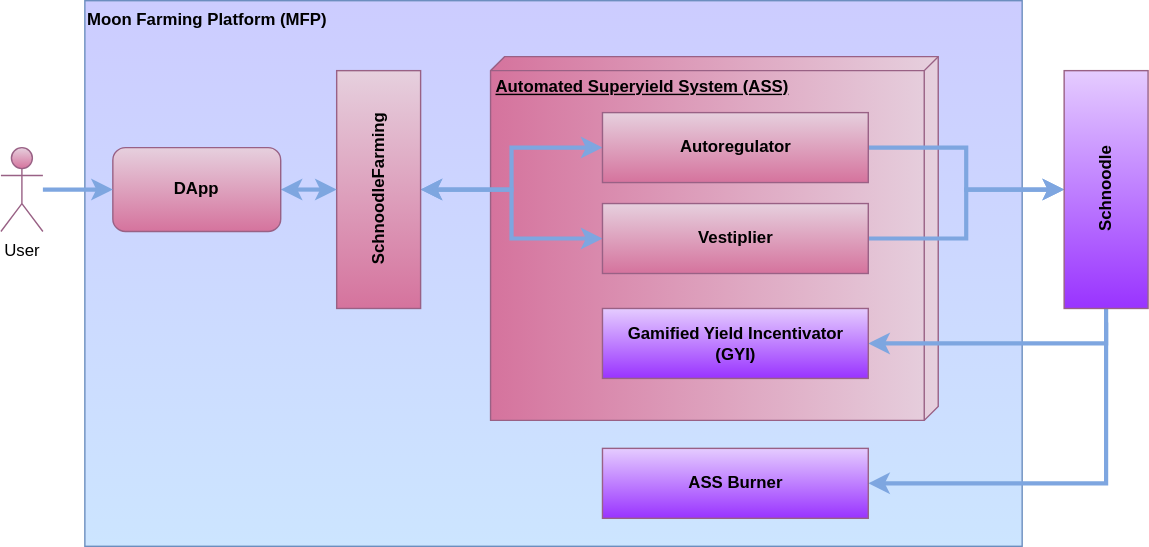
Above: docs/.gitbook/assets/mfp-components.svg in schnoodledao/contracts (draw.io), before the change. Source tidied: cells renumbered, new cells last; positions are measured from the earlier drawing's top-left corner, leaving out a move shared by most shapes. The source it was exported from:
```xml
<mxGraphModel>
  <root>
    <mxCell id="0" />
    <mxCell id="1" parent="0" />
    <mxCell id="2" value="&lt;b&gt;Moon Farming Platform (MFP)&lt;/b&gt;" style="rounded=0;whiteSpace=wrap;html=1;strokeColor=#6c8ebf;fillColor=#CCCCFF;verticalAlign=top;align=left;gradientColor=#CCE5FF;" parent="1" vertex="1">
      <mxGeometry x="60" width="670" height="390" as="geometry" />
    </mxCell>
    <mxCell id="3" value="&lt;b&gt;Automated Superyield System (ASS)&lt;/b&gt;" style="verticalAlign=top;align=left;spacingTop=8;spacingLeft=2;spacingRight=12;shape=cube;size=10;direction=south;fontStyle=4;html=1;strokeColor=#996185;fillColor=#e6d0de;gradientColor=#d5739d;" parent="1" vertex="1">
      <mxGeometry x="350" y="40" width="320" height="260" as="geometry" />
    </mxCell>
    <mxCell id="4" style="edgeStyle=orthogonalEdgeStyle;rounded=0;jettySize=auto;html=1;startArrow=classic;startFill=1;strokeWidth=3;strokeColor=#7EA6E0;" parent="1" edge="1" source="6" target="10">
      <mxGeometry relative="1" as="geometry" />
    </mxCell>
    <mxCell id="5" style="edgeStyle=orthogonalEdgeStyle;rounded=0;jettySize=auto;html=1;entryX=0;entryY=0.5;entryDx=0;entryDy=0;startArrow=classic;startFill=1;strokeWidth=3;strokeColor=#7EA6E0;" parent="1" edge="1" source="6" target="8">
      <mxGeometry relative="1" as="geometry" />
    </mxCell>
    <mxCell id="6" value="&lt;b&gt;SchnoodleFarming&lt;br&gt;&lt;/b&gt;" style="html=1;fillColor=#e6d0de;strokeColor=#996185;gradientColor=#d5739d;horizontal=0;" parent="1" vertex="1">
      <mxGeometry x="240" y="50" width="60" height="170" as="geometry" />
    </mxCell>
    <mxCell id="7" style="edgeStyle=orthogonalEdgeStyle;rounded=0;jettySize=auto;html=1;entryX=0;entryY=0.5;entryDx=0;entryDy=0;strokeWidth=3;strokeColor=#7EA6E0;" parent="1" edge="1" source="8" target="15">
      <mxGeometry relative="1" as="geometry" />
    </mxCell>
    <mxCell id="8" value="&lt;b&gt;Vestiplier&lt;/b&gt;" style="html=1;fillColor=#e6d0de;strokeColor=#996185;gradientColor=#d5739d;" parent="1" vertex="1">
      <mxGeometry x="430" y="145" width="190" height="50" as="geometry" />
    </mxCell>
    <mxCell id="9" style="edgeStyle=orthogonalEdgeStyle;rounded=0;jettySize=auto;html=1;strokeWidth=3;strokeColor=#7EA6E0;" parent="1" edge="1" source="10" target="15">
      <mxGeometry relative="1" as="geometry" />
    </mxCell>
    <mxCell id="10" value="&lt;b&gt;Autoregulator&lt;/b&gt;" style="html=1;fillColor=#e6d0de;strokeColor=#996185;gradientColor=#d5739d;" parent="1" vertex="1">
      <mxGeometry x="430" y="80" width="190" height="50" as="geometry" />
    </mxCell>
    <mxCell id="11" style="edgeStyle=orthogonalEdgeStyle;rounded=0;jettySize=auto;html=1;entryX=0.5;entryY=1;entryDx=0;entryDy=0;startArrow=classic;startFill=1;endArrow=none;endFill=0;strokeWidth=3;strokeColor=#7EA6E0;" parent="1" edge="1" source="12" target="15">
      <mxGeometry relative="1" as="geometry" />
    </mxCell>
    <mxCell id="12" value="&lt;b&gt;Gamified Yield Incentivator&lt;br&gt;(GYI)&lt;br&gt;&lt;/b&gt;" style="html=1;fillColor=#E5CCFF;strokeColor=#996185;gradientColor=#9933FF;" parent="1" vertex="1">
      <mxGeometry x="430" y="220" width="190" height="50" as="geometry" />
    </mxCell>
    <mxCell id="13" style="edgeStyle=orthogonalEdgeStyle;rounded=0;jettySize=auto;html=1;startArrow=classic;startFill=1;endArrow=none;endFill=0;strokeWidth=3;strokeColor=#7EA6E0;" parent="1" edge="1" source="14">
      <mxGeometry relative="1" as="geometry">
        <mxPoint x="790" y="230" as="targetPoint" />
      </mxGeometry>
    </mxCell>
    <mxCell id="14" value="&lt;b&gt;ASS Burner&lt;br&gt;&lt;/b&gt;" style="html=1;fillColor=#E5CCFF;strokeColor=#996185;gradientColor=#9933FF;" parent="1" vertex="1">
      <mxGeometry x="430" y="320" width="190" height="50" as="geometry" />
    </mxCell>
    <mxCell id="15" value="&lt;b&gt;Schnoodle&lt;/b&gt;" style="html=1;fillColor=#E5CCFF;strokeColor=#996185;horizontal=0;gradientColor=#9933FF;" parent="1" vertex="1">
      <mxGeometry x="760" y="50" width="60" height="170" as="geometry" />
    </mxCell>
    <mxCell id="16" style="edgeStyle=orthogonalEdgeStyle;rounded=0;jettySize=auto;html=1;entryX=0;entryY=0.5;entryDx=0;entryDy=0;startArrow=classic;startFill=1;strokeWidth=3;strokeColor=#7EA6E0;" parent="1" edge="1" source="17" target="6">
      <mxGeometry relative="1" as="geometry" />
    </mxCell>
    <mxCell id="17" value="DApp" style="rounded=1;whiteSpace=wrap;html=1;strokeColor=#996185;fillColor=#e6d0de;gradientColor=#d5739d;fontStyle=1;" parent="1" vertex="1">
      <mxGeometry x="80" y="105" width="120" height="60" as="geometry" />
    </mxCell>
    <mxCell id="18" style="edgeStyle=orthogonalEdgeStyle;rounded=0;jettySize=auto;html=1;strokeWidth=3;strokeColor=#7EA6E0;" parent="1" edge="1" source="19" target="17">
      <mxGeometry relative="1" as="geometry" />
    </mxCell>
    <mxCell id="19" value="User" style="shape=umlActor;verticalLabelPosition=bottom;verticalAlign=top;html=1;outlineConnect=0;strokeColor=#996185;fillColor=#e6d0de;gradientColor=#d5739d;" parent="1" vertex="1">
      <mxGeometry y="105" width="30" height="60" as="geometry" />
    </mxCell>
  </root>
</mxGraphModel>
```
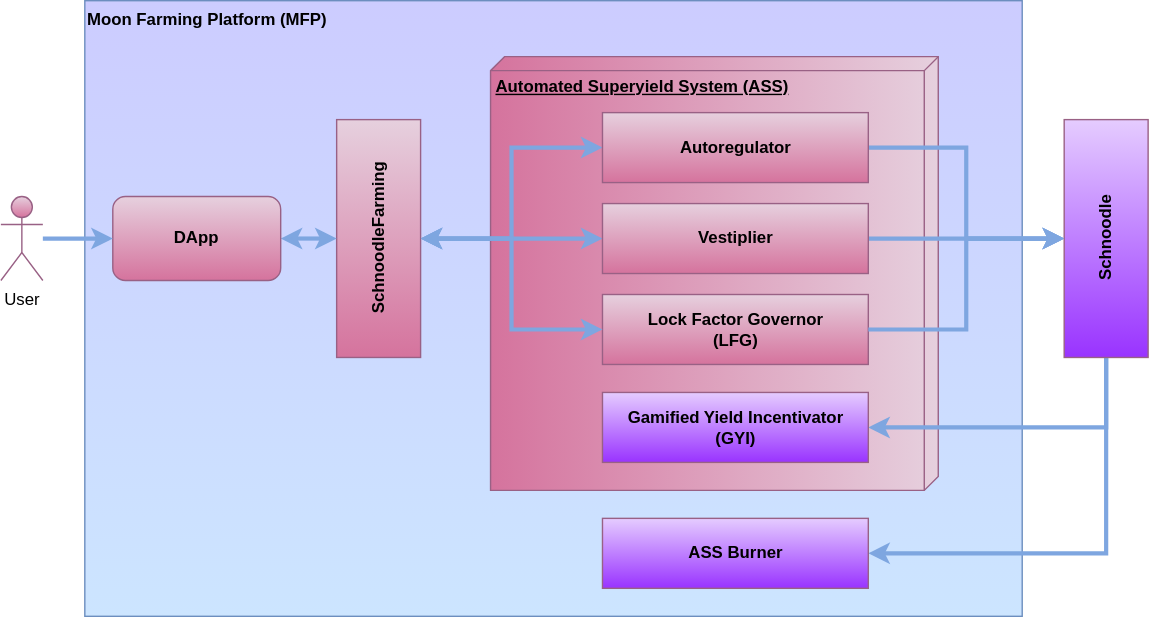
After the change.

The edit, as a diff of the source:
```diff
@@ -3,60 +3,69 @@
     <mxCell id="0" />
     <mxCell id="1" parent="0" />
     <mxCell id="2" value="&lt;b&gt;Moon Farming Platform (MFP)&lt;/b&gt;" style="rounded=0;whiteSpace=wrap;html=1;strokeColor=#6c8ebf;fillColor=#CCCCFF;verticalAlign=top;align=left;gradientColor=#CCE5FF;" parent="1" vertex="1">
-      <mxGeometry x="60" width="670" height="390" as="geometry" />
+      <mxGeometry x="10" width="670" height="440" as="geometry" />
     </mxCell>
     <mxCell id="3" value="&lt;b&gt;Automated Superyield System (ASS)&lt;/b&gt;" style="verticalAlign=top;align=left;spacingTop=8;spacingLeft=2;spacingRight=12;shape=cube;size=10;direction=south;fontStyle=4;html=1;strokeColor=#996185;fillColor=#e6d0de;gradientColor=#d5739d;" parent="1" vertex="1">
-      <mxGeometry x="350" y="40" width="320" height="260" as="geometry" />
+      <mxGeometry x="300" y="40" width="320" height="310" as="geometry" />
     </mxCell>
     <mxCell id="4" style="edgeStyle=orthogonalEdgeStyle;rounded=0;jettySize=auto;html=1;startArrow=classic;startFill=1;strokeWidth=3;strokeColor=#7EA6E0;" parent="1" edge="1" source="6" target="10">
       <mxGeometry relative="1" as="geometry" />
     </mxCell>
-    <mxCell id="5" style="edgeStyle=orthogonalEdgeStyle;rounded=0;jettySize=auto;html=1;entryX=0;entryY=0.5;entryDx=0;entryDy=0;startArrow=classic;startFill=1;strokeWidth=3;strokeColor=#7EA6E0;" parent="1" edge="1" source="6" target="8">
+    <mxCell id="5" style="edgeStyle=orthogonalEdgeStyle;rounded=0;jettySize=auto;html=1;entryX=0;entryY=0.5;entryDx=0;entryDy=0;startArrow=classic;startFill=1;strokeWidth=3;strokeColor=#7EA6E0;exitX=1;exitY=0.5;exitDx=0;exitDy=0;" parent="1" edge="1" source="6" target="8">
       <mxGeometry relative="1" as="geometry" />
     </mxCell>
     <mxCell id="6" value="&lt;b&gt;SchnoodleFarming&lt;br&gt;&lt;/b&gt;" style="html=1;fillColor=#e6d0de;strokeColor=#996185;gradientColor=#d5739d;horizontal=0;" parent="1" vertex="1">
-      <mxGeometry x="240" y="50" width="60" height="170" as="geometry" />
+      <mxGeometry x="190" y="85" width="60" height="170" as="geometry" />
     </mxCell>
     <mxCell id="7" style="edgeStyle=orthogonalEdgeStyle;rounded=0;jettySize=auto;html=1;entryX=0;entryY=0.5;entryDx=0;entryDy=0;strokeWidth=3;strokeColor=#7EA6E0;" parent="1" edge="1" source="8" target="15">
       <mxGeometry relative="1" as="geometry" />
     </mxCell>
     <mxCell id="8" value="&lt;b&gt;Vestiplier&lt;/b&gt;" style="html=1;fillColor=#e6d0de;strokeColor=#996185;gradientColor=#d5739d;" parent="1" vertex="1">
-      <mxGeometry x="430" y="145" width="190" height="50" as="geometry" />
+      <mxGeometry x="380" y="145" width="190" height="50" as="geometry" />
     </mxCell>
     <mxCell id="9" style="edgeStyle=orthogonalEdgeStyle;rounded=0;jettySize=auto;html=1;strokeWidth=3;strokeColor=#7EA6E0;" parent="1" edge="1" source="10" target="15">
       <mxGeometry relative="1" as="geometry" />
     </mxCell>
     <mxCell id="10" value="&lt;b&gt;Autoregulator&lt;/b&gt;" style="html=1;fillColor=#e6d0de;strokeColor=#996185;gradientColor=#d5739d;" parent="1" vertex="1">
-      <mxGeometry x="430" y="80" width="190" height="50" as="geometry" />
+      <mxGeometry x="380" y="80" width="190" height="50" as="geometry" />
     </mxCell>
     <mxCell id="11" style="edgeStyle=orthogonalEdgeStyle;rounded=0;jettySize=auto;html=1;entryX=0.5;entryY=1;entryDx=0;entryDy=0;startArrow=classic;startFill=1;endArrow=none;endFill=0;strokeWidth=3;strokeColor=#7EA6E0;" parent="1" edge="1" source="12" target="15">
       <mxGeometry relative="1" as="geometry" />
     </mxCell>
     <mxCell id="12" value="&lt;b&gt;Gamified Yield Incentivator&lt;br&gt;(GYI)&lt;br&gt;&lt;/b&gt;" style="html=1;fillColor=#E5CCFF;strokeColor=#996185;gradientColor=#9933FF;" parent="1" vertex="1">
-      <mxGeometry x="430" y="220" width="190" height="50" as="geometry" />
+      <mxGeometry x="380" y="280" width="190" height="50" as="geometry" />
     </mxCell>
     <mxCell id="13" style="edgeStyle=orthogonalEdgeStyle;rounded=0;jettySize=auto;html=1;startArrow=classic;startFill=1;endArrow=none;endFill=0;strokeWidth=3;strokeColor=#7EA6E0;" parent="1" edge="1" source="14">
       <mxGeometry relative="1" as="geometry">
-        <mxPoint x="790" y="230" as="targetPoint" />
+        <mxPoint x="740" y="230" as="targetPoint" />
       </mxGeometry>
     </mxCell>
     <mxCell id="14" value="&lt;b&gt;ASS Burner&lt;br&gt;&lt;/b&gt;" style="html=1;fillColor=#E5CCFF;strokeColor=#996185;gradientColor=#9933FF;" parent="1" vertex="1">
-      <mxGeometry x="430" y="320" width="190" height="50" as="geometry" />
+      <mxGeometry x="380" y="370" width="190" height="50" as="geometry" />
     </mxCell>
     <mxCell id="15" value="&lt;b&gt;Schnoodle&lt;/b&gt;" style="html=1;fillColor=#E5CCFF;strokeColor=#996185;horizontal=0;gradientColor=#9933FF;" parent="1" vertex="1">
-      <mxGeometry x="760" y="50" width="60" height="170" as="geometry" />
+      <mxGeometry x="710" y="85" width="60" height="170" as="geometry" />
     </mxCell>
     <mxCell id="16" style="edgeStyle=orthogonalEdgeStyle;rounded=0;jettySize=auto;html=1;entryX=0;entryY=0.5;entryDx=0;entryDy=0;startArrow=classic;startFill=1;strokeWidth=3;strokeColor=#7EA6E0;" parent="1" edge="1" source="17" target="6">
       <mxGeometry relative="1" as="geometry" />
     </mxCell>
     <mxCell id="17" value="DApp" style="rounded=1;whiteSpace=wrap;html=1;strokeColor=#996185;fillColor=#e6d0de;gradientColor=#d5739d;fontStyle=1;" parent="1" vertex="1">
-      <mxGeometry x="80" y="105" width="120" height="60" as="geometry" />
+      <mxGeometry x="30" y="140" width="120" height="60" as="geometry" />
     </mxCell>
     <mxCell id="18" style="edgeStyle=orthogonalEdgeStyle;rounded=0;jettySize=auto;html=1;strokeWidth=3;strokeColor=#7EA6E0;" parent="1" edge="1" source="19" target="17">
       <mxGeometry relative="1" as="geometry" />
     </mxCell>
     <mxCell id="19" value="User" style="shape=umlActor;verticalLabelPosition=bottom;verticalAlign=top;html=1;outlineConnect=0;strokeColor=#996185;fillColor=#e6d0de;gradientColor=#d5739d;" parent="1" vertex="1">
-      <mxGeometry y="105" width="30" height="60" as="geometry" />
+      <mxGeometry x="-50" y="140" width="30" height="60" as="geometry" />
     </mxCell>
+    <mxCell id="20" value="&lt;b&gt;Lock Factor Governor&lt;br&gt;(LFG)&lt;br&gt;&lt;/b&gt;" style="html=1;fillColor=#e6d0de;strokeColor=#996185;gradientColor=#d5739d;" parent="1" vertex="1">
+      <mxGeometry x="380" y="210" width="190" height="50" as="geometry" />
+    </mxCell>
+    <mxCell id="21" style="edgeStyle=orthogonalEdgeStyle;rounded=0;jettySize=auto;html=1;entryX=0;entryY=0.5;entryDx=0;entryDy=0;startArrow=classic;startFill=1;strokeWidth=3;strokeColor=#7EA6E0;exitX=1;exitY=0.5;exitDx=0;exitDy=0;" parent="1" edge="1" source="6" target="20">
+      <mxGeometry relative="1" as="geometry" />
+    </mxCell>
+    <mxCell id="22" style="edgeStyle=orthogonalEdgeStyle;rounded=0;jettySize=auto;html=1;entryX=0;entryY=0.5;entryDx=0;entryDy=0;strokeWidth=3;strokeColor=#7EA6E0;exitX=1;exitY=0.5;exitDx=0;exitDy=0;" parent="1" edge="1" source="20" target="15">
+      <mxGeometry relative="1" as="geometry" />
+    </mxCell>
   </root>
 </mxGraphModel>
```
